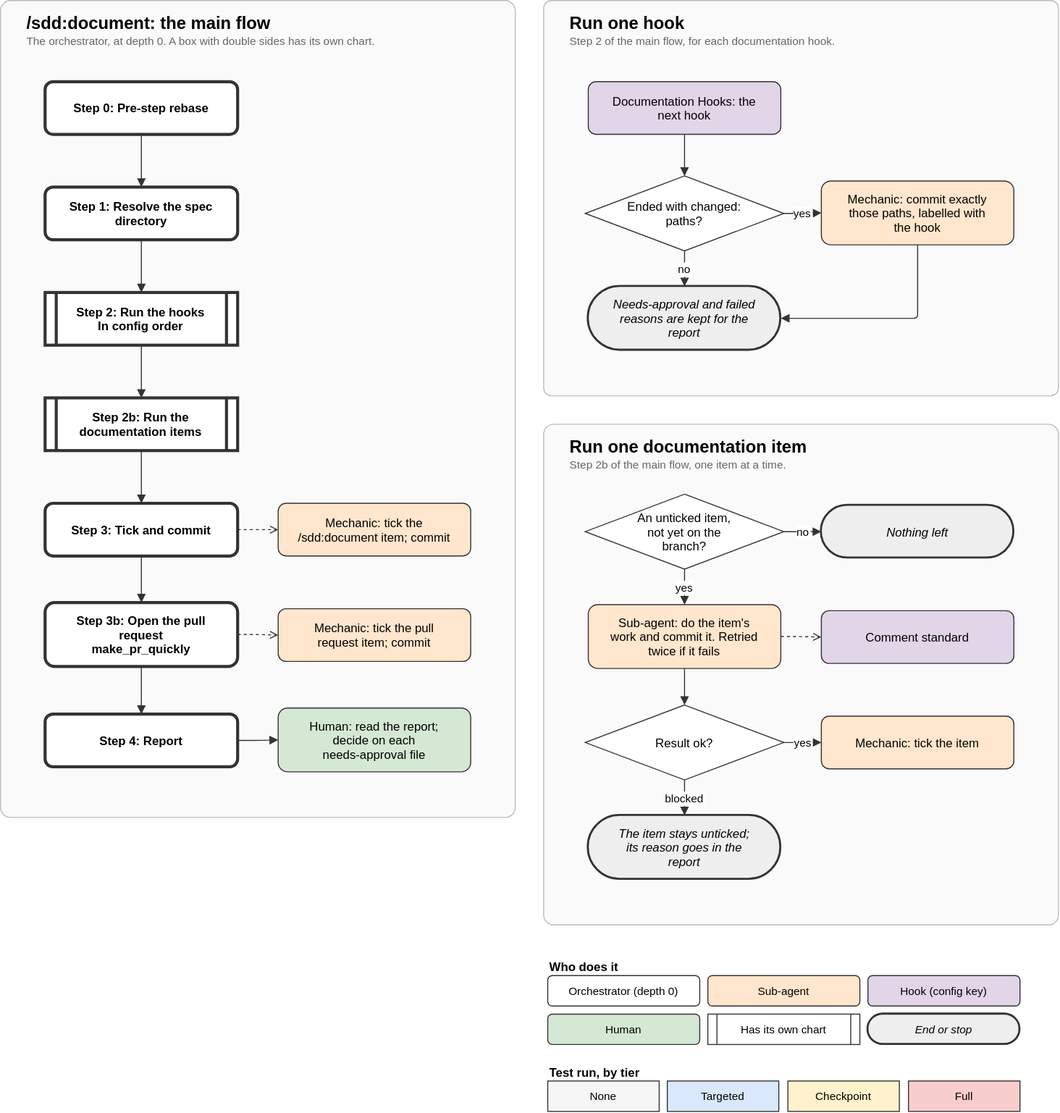
preludetech/Freedom-LS keeps this draw.io diagram as claude_plugins/sdd/docs/diagrams/document.drawio.svg. Above is the earlier version. Source tidied: cells renumbered, new cells last; positions are measured from the earlier drawing's top-left corner, leaving out a move shared by most shapes.
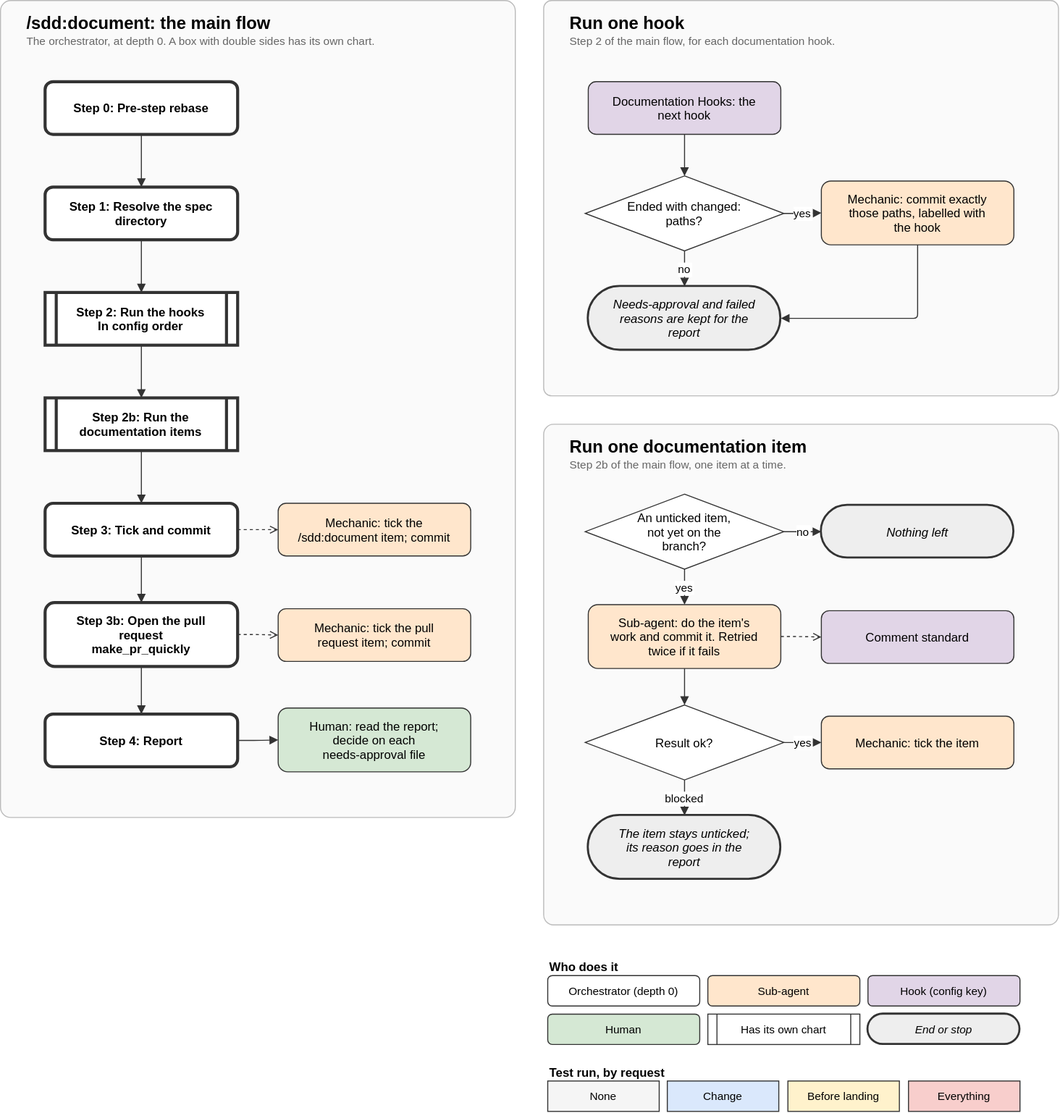
After the change.

The edit, as a diff of the source:
```diff
@@ -174,19 +174,19 @@
     <mxCell id="57" value="End or stop" style="rounded=1;arcSize=50;html=0;fontSize=11;strokeColor=#333333;fillColor=#eeeeee;strokeWidth=2;fontStyle=2;" parent="1" vertex="1">
       <mxGeometry x="856" y="1000" width="150" height="30" as="geometry" />
     </mxCell>
-    <mxCell id="58" value="Test run, by tier" style="text;html=0;align=left;fontSize=12;fontStyle=1;" parent="1" vertex="1">
+    <mxCell id="58" value="Test run, by request" style="text;html=0;align=left;fontSize=12;fontStyle=1;" parent="1" vertex="1">
       <mxGeometry x="540" y="1044" width="200" height="20" as="geometry" />
     </mxCell>
     <mxCell id="59" value="None" style="rounded=0;html=0;fontSize=11;strokeColor=#333333;fillColor=#f5f5f5;" parent="1" vertex="1">
       <mxGeometry x="540" y="1066" width="110" height="30" as="geometry" />
     </mxCell>
-    <mxCell id="60" value="Targeted" style="rounded=0;html=0;fontSize=11;strokeColor=#333333;fillColor=#dae8fc;" parent="1" vertex="1">
+    <mxCell id="60" value="Change" style="rounded=0;html=0;fontSize=11;strokeColor=#333333;fillColor=#dae8fc;" parent="1" vertex="1">
       <mxGeometry x="658" y="1066" width="110" height="30" as="geometry" />
     </mxCell>
-    <mxCell id="61" value="Checkpoint" style="rounded=0;html=0;fontSize=11;strokeColor=#333333;fillColor=#fff2cc;" parent="1" vertex="1">
+    <mxCell id="61" value="Before landing" style="rounded=0;html=0;fontSize=11;strokeColor=#333333;fillColor=#fff2cc;" parent="1" vertex="1">
       <mxGeometry x="777" y="1066" width="110" height="30" as="geometry" />
     </mxCell>
-    <mxCell id="62" value="Full" style="rounded=0;html=0;fontSize=11;strokeColor=#333333;fillColor=#f8cecc;" parent="1" vertex="1">
+    <mxCell id="62" value="Everything" style="rounded=0;html=0;fontSize=11;strokeColor=#333333;fillColor=#f8cecc;" parent="1" vertex="1">
       <mxGeometry x="896" y="1066" width="110" height="30" as="geometry" />
     </mxCell>
   </root>
```
